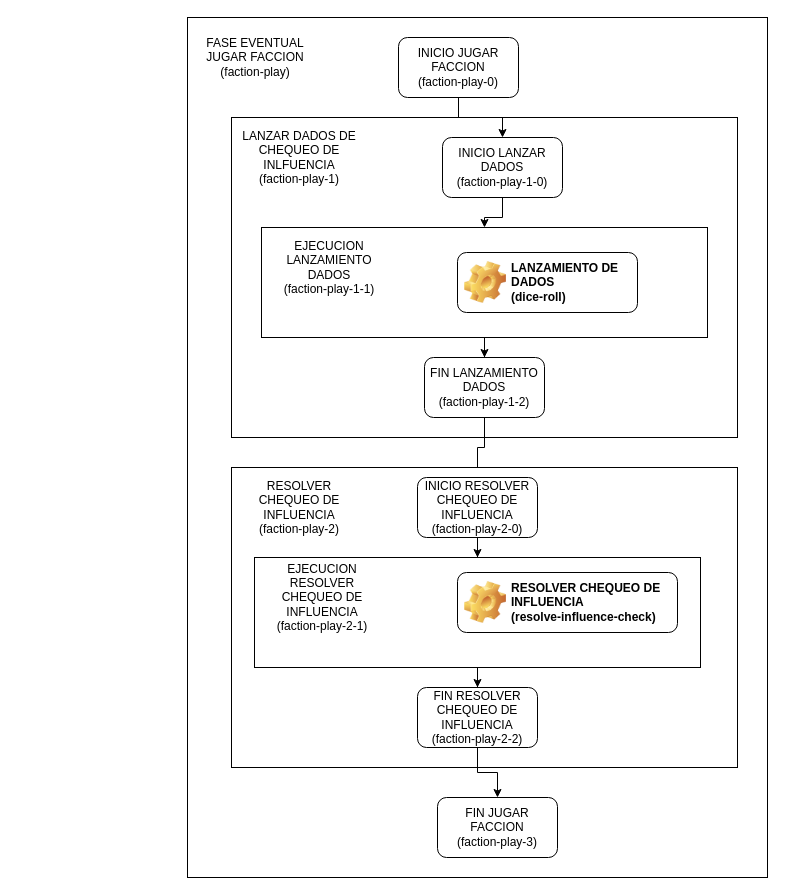
Before: page "EP-faction-play" (8 of 12) of developement/Esquemas.drawio in eru-manifestation/erus-will, a draw.io diagram. Source tidied: cells renumbered, new cells numbered last; positions are measured from the earlier drawing's top-left corner, leaving out a move shared by most shapes. Both pictures are drawn from the tidied source at 100%, with x=0, y=0 at pixel (187, 17).
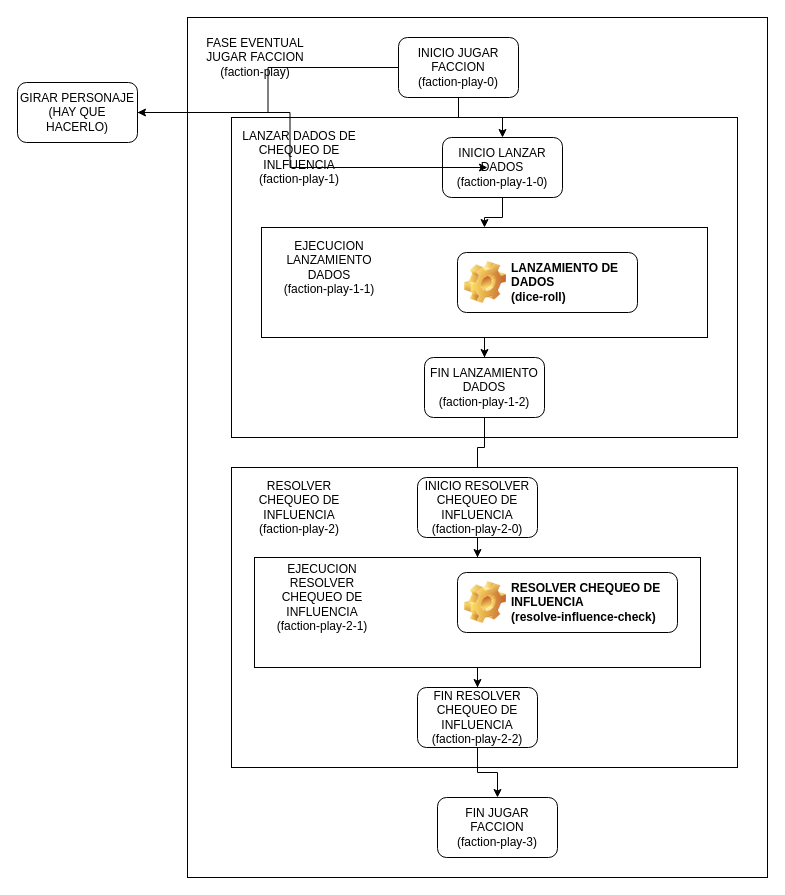
The same diagram, later.

The change refers to these unchanged cells:
```xml
<mxCell id="4" value="INICIO JUGAR FACCION&lt;br&gt;(faction-play-0)" style="rounded=1;whiteSpace=wrap;html=1;" parent="1" vertex="1">
  <mxGeometry x="211" y="20" width="120" height="60" as="geometry" />
</mxCell>
<mxCell id="9" value="INICIO LANZAR DADOS&lt;br&gt;(faction-play-1-0)" style="rounded=1;whiteSpace=wrap;html=1;" parent="1" vertex="1">
  <mxGeometry x="255" y="120" width="120" height="60" as="geometry" />
</mxCell>
```

Change to the diagram source:
```diff
@@
+    <mxCell id="27" style="edgeStyle=orthogonalEdgeStyle;rounded=0;jettySize=auto;html=1;" parent="1" edge="1" source="4" target="28">
+      <mxGeometry relative="1" as="geometry" />
+    </mxCell>
@@
+    <mxCell id="28" value="GIRAR PERSONAJE&lt;br&gt;(HAY QUE HACERLO)" style="rounded=1;whiteSpace=wrap;html=1;" parent="1" vertex="1">
+      <mxGeometry x="-170" y="65" width="120" height="60" as="geometry" />
+    </mxCell>
+    <mxCell id="29" style="edgeStyle=orthogonalEdgeStyle;rounded=0;jettySize=auto;html=1;entryX=0.375;entryY=0.5;entryDx=0;entryDy=0;entryPerimeter=0;" parent="1" edge="1" source="28" target="9">
+      <mxGeometry relative="1" as="geometry" />
+    </mxCell>
```
